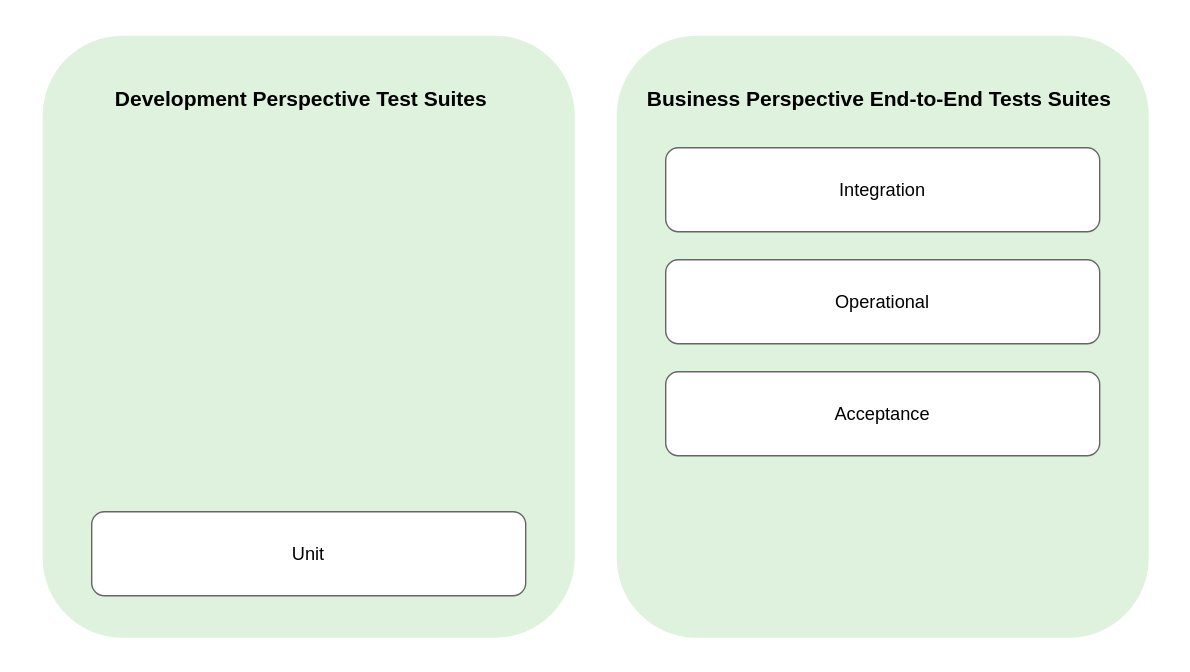
kyma-project/telemetry-manager keeps this draw.io diagram as docs/contributor/assets/test-pyramid.drawio.svg. Above is the earlier version. Source tidied: cells renumbered, new cells last; positions are measured from the earlier drawing's top-left corner, leaving out a move shared by most shapes. The source it was exported from:
```xml
<mxGraphModel>
  <root>
    <mxCell id="0" />
    <mxCell id="1" parent="0" />
    <mxCell id="2" style="rounded=0;whiteSpace=wrap;html=1;fillColor=#FFFFFF;strokeColor=none;" parent="1" vertex="1">
      <mxGeometry width="850" height="480" as="geometry" />
    </mxCell>
    <mxCell id="3" style="rounded=1;whiteSpace=wrap;html=1;verticalAlign=top;fillColor=#DEF2DD;strokeColor=none;" parent="1" vertex="1">
      <mxGeometry x="30" y="25" width="380" height="430" as="geometry" />
    </mxCell>
    <mxCell id="4" value="&lt;b style=&quot;color: rgb(0 , 0 , 0) ; font-family: &amp;quot;helvetica&amp;quot; ; font-size: 15px ; font-style: normal ; letter-spacing: normal ; text-align: center ; text-indent: 0px ; text-transform: none ; word-spacing: 0px&quot;&gt;Development Perspective Test Suites&lt;/b&gt;" style="text;whiteSpace=wrap;html=1;" parent="1" vertex="1">
      <mxGeometry x="80" y="55" width="280" height="50" as="geometry" />
    </mxCell>
    <mxCell id="5" value="&lt;font&gt;&lt;div&gt;&lt;span style=&quot;font-size: 13px; background-color: initial;&quot;&gt;Unit&lt;/span&gt;&lt;/div&gt;&lt;/font&gt;" style="rounded=1;whiteSpace=wrap;html=1;strokeColor=#666666;" parent="1" vertex="1">
      <mxGeometry x="65" y="365" width="310" height="60" as="geometry" />
    </mxCell>
    <mxCell id="6" style="rounded=1;whiteSpace=wrap;html=1;verticalAlign=top;fillColor=#DEF2DD;strokeColor=none;" parent="1" vertex="1">
      <mxGeometry x="440" y="25" width="380" height="430" as="geometry" />
    </mxCell>
    <mxCell id="7" value="&lt;b style=&quot;color: rgb(0 , 0 , 0) ; font-family: &amp;quot;helvetica&amp;quot; ; font-size: 15px ; font-style: normal ; letter-spacing: normal ; text-align: center ; text-indent: 0px ; text-transform: none ; word-spacing: 0px&quot;&gt;Business Perspective End-to-End Tests Suites&lt;/b&gt;" style="text;whiteSpace=wrap;html=1;" parent="1" vertex="1">
      <mxGeometry x="460" y="55" width="340" height="50" as="geometry" />
    </mxCell>
    <mxCell id="8" value="&lt;font&gt;&lt;div&gt;&lt;span style=&quot;font-size: 13px; background-color: initial;&quot;&gt;Acceptance&lt;/span&gt;&lt;/div&gt;&lt;/font&gt;" style="rounded=1;whiteSpace=wrap;html=1;strokeColor=#666666;" parent="1" vertex="1">
      <mxGeometry x="475" y="265" width="310" height="60" as="geometry" />
    </mxCell>
    <mxCell id="9" value="&lt;font&gt;&lt;div&gt;&lt;span style=&quot;font-size: 13px; background-color: initial;&quot;&gt;Operational&lt;/span&gt;&lt;/div&gt;&lt;/font&gt;" style="rounded=1;whiteSpace=wrap;html=1;strokeColor=#666666;" parent="1" vertex="1">
      <mxGeometry x="475" y="185" width="310" height="60" as="geometry" />
    </mxCell>
    <mxCell id="10" value="&lt;font&gt;&lt;div&gt;&lt;span style=&quot;font-size: 13px; background-color: initial;&quot;&gt;Integration&lt;/span&gt;&lt;/div&gt;&lt;/font&gt;" style="rounded=1;whiteSpace=wrap;html=1;strokeColor=#666666;" parent="1" vertex="1">
      <mxGeometry x="475" y="105" width="310" height="60" as="geometry" />
    </mxCell>
  </root>
</mxGraphModel>
```
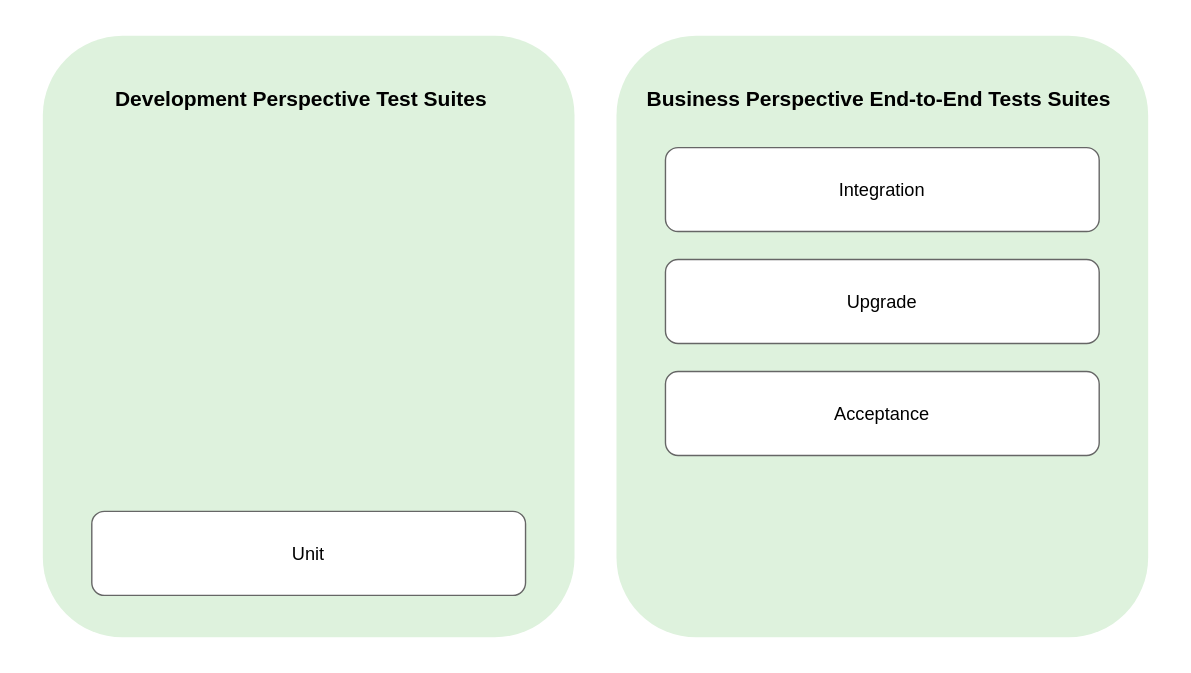
Above is the later version.

Commit message:
chore: Rename operation tests to upgrade tests

The edit, as a diff of the source:
```diff
@@ -23,7 +23,7 @@
     <mxCell id="8" value="&lt;font&gt;&lt;div&gt;&lt;span style=&quot;font-size: 13px; background-color: initial;&quot;&gt;Acceptance&lt;/span&gt;&lt;/div&gt;&lt;/font&gt;" style="rounded=1;whiteSpace=wrap;html=1;strokeColor=#666666;" parent="1" vertex="1">
       <mxGeometry x="475" y="265" width="310" height="60" as="geometry" />
     </mxCell>
-    <mxCell id="9" value="&lt;font&gt;&lt;div&gt;&lt;span style=&quot;font-size: 13px; background-color: initial;&quot;&gt;Operational&lt;/span&gt;&lt;/div&gt;&lt;/font&gt;" style="rounded=1;whiteSpace=wrap;html=1;strokeColor=#666666;" parent="1" vertex="1">
+    <mxCell id="9" value="&lt;font&gt;&lt;div&gt;&lt;span style=&quot;font-size: 13px; background-color: initial;&quot;&gt;Upgrade&lt;/span&gt;&lt;/div&gt;&lt;/font&gt;" style="rounded=1;whiteSpace=wrap;html=1;strokeColor=#666666;" parent="1" vertex="1">
       <mxGeometry x="475" y="185" width="310" height="60" as="geometry" />
     </mxCell>
     <mxCell id="10" value="&lt;font&gt;&lt;div&gt;&lt;span style=&quot;font-size: 13px; background-color: initial;&quot;&gt;Integration&lt;/span&gt;&lt;/div&gt;&lt;/font&gt;" style="rounded=1;whiteSpace=wrap;html=1;strokeColor=#666666;" parent="1" vertex="1">
```
